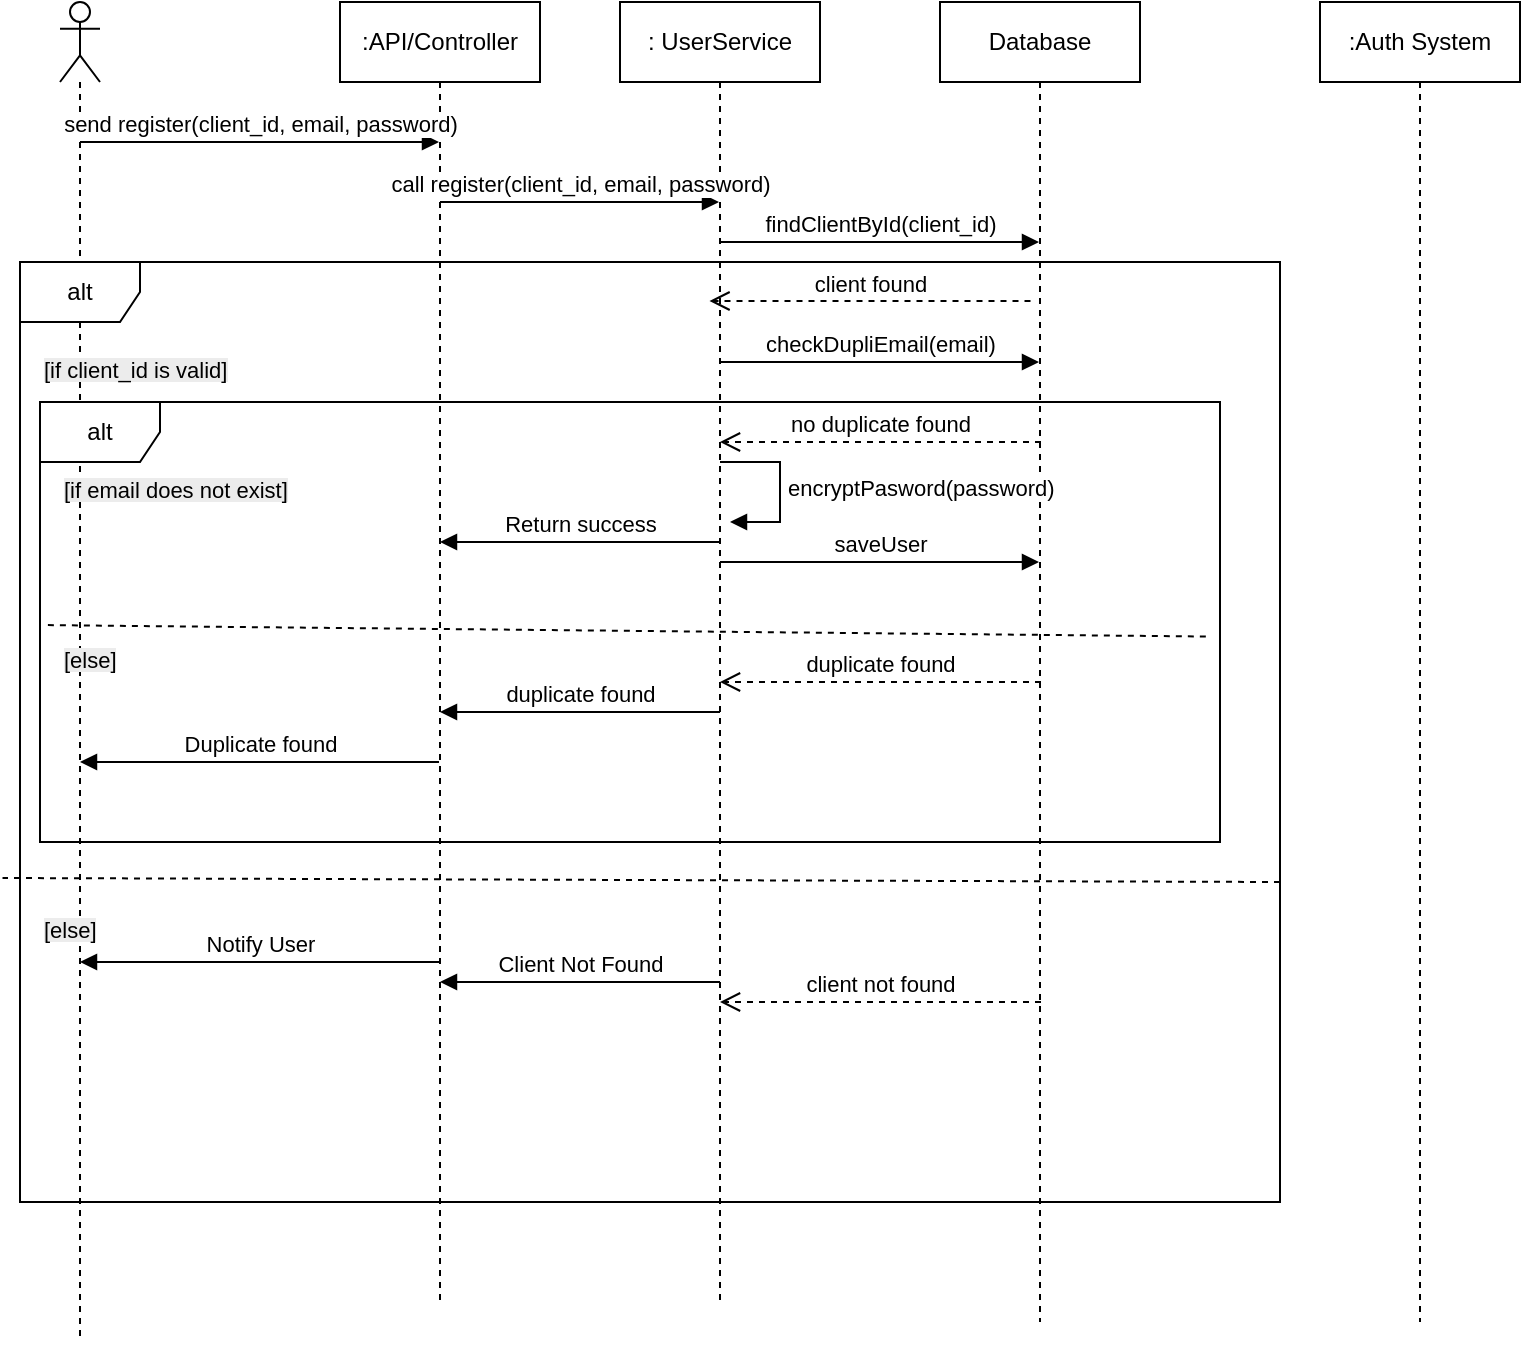
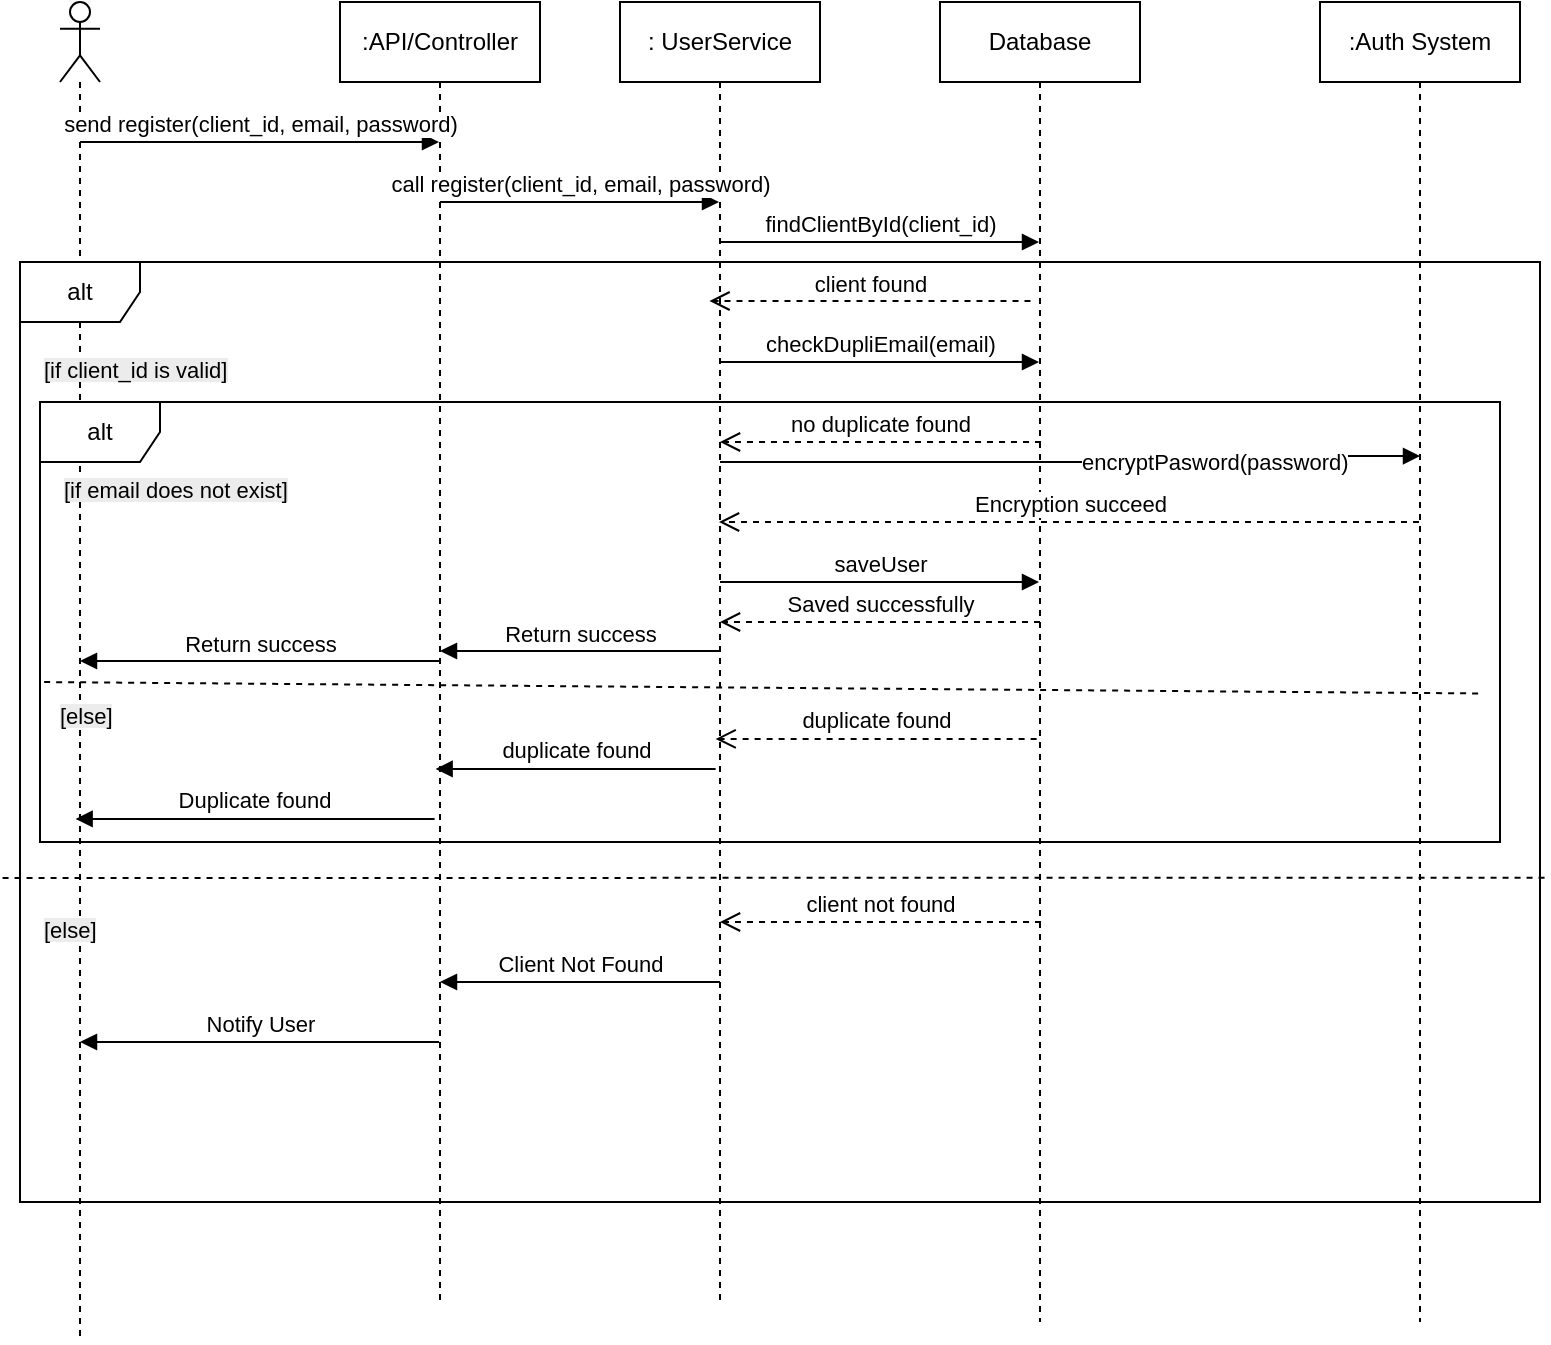
<mxfile host="Electron">
  <diagram name="Page-1" id="2Ku1R6JHZzN1wkRxcB6r">
    <mxGraphModel dx="2241" dy="841" grid="1" gridSize="10" guides="1" tooltips="1" connect="1" arrows="1" fold="1" page="1" pageScale="1" pageWidth="827" pageHeight="1169" math="0" shadow="0">
      <root>
        <mxCell id="0" />
        <mxCell id="1" parent="0" />
        <mxCell id="MpoyWcS_9RouDXsLZ7a5-6" parent="1" style="shape=umlLifeline;perimeter=lifelinePerimeter;whiteSpace=wrap;html=1;container=1;dropTarget=0;collapsible=0;recursiveResize=0;outlineConnect=0;portConstraint=eastwest;newEdgeStyle={&quot;curved&quot;:0,&quot;rounded&quot;:0};participant=umlActor;" value="" vertex="1">
          <mxGeometry height="670" width="20" x="-60" y="20" as="geometry" />
        </mxCell>
        <mxCell id="MpoyWcS_9RouDXsLZ7a5-7" parent="1" style="shape=umlLifeline;perimeter=lifelinePerimeter;whiteSpace=wrap;html=1;container=1;dropTarget=0;collapsible=0;recursiveResize=0;outlineConnect=0;portConstraint=eastwest;newEdgeStyle={&quot;curved&quot;:0,&quot;rounded&quot;:0};" value=":API/Controller" vertex="1">
          <mxGeometry height="650" width="100" x="80" y="20" as="geometry" />
        </mxCell>
        <mxCell id="MpoyWcS_9RouDXsLZ7a5-8" parent="1" style="shape=umlLifeline;perimeter=lifelinePerimeter;whiteSpace=wrap;html=1;container=1;dropTarget=0;collapsible=0;recursiveResize=0;outlineConnect=0;portConstraint=eastwest;newEdgeStyle={&quot;curved&quot;:0,&quot;rounded&quot;:0};" value=": UserService" vertex="1">
          <mxGeometry height="650" width="100" x="220" y="20" as="geometry" />
        </mxCell>
        <mxCell id="MpoyWcS_9RouDXsLZ7a5-9" parent="1" style="shape=umlLifeline;perimeter=lifelinePerimeter;whiteSpace=wrap;html=1;container=1;dropTarget=0;collapsible=0;recursiveResize=0;outlineConnect=0;portConstraint=eastwest;newEdgeStyle={&quot;curved&quot;:0,&quot;rounded&quot;:0};" value="Database" vertex="1">
          <mxGeometry height="660" width="100" x="380" y="20" as="geometry" />
        </mxCell>
        <mxCell id="MpoyWcS_9RouDXsLZ7a5-10" parent="1" style="shape=umlLifeline;perimeter=lifelinePerimeter;whiteSpace=wrap;html=1;container=1;dropTarget=0;collapsible=0;recursiveResize=0;outlineConnect=0;portConstraint=eastwest;newEdgeStyle={&quot;curved&quot;:0,&quot;rounded&quot;:0};" value=":Auth System" vertex="1">
          <mxGeometry height="660" width="100" x="570" y="20" as="geometry" />
        </mxCell>
        <mxCell id="MpoyWcS_9RouDXsLZ7a5-11" edge="1" parent="1" style="html=1;verticalAlign=bottom;endArrow=block;curved=0;rounded=0;" target="MpoyWcS_9RouDXsLZ7a5-7" value="send register(client_id, email, password)">
          <mxGeometry relative="1" width="80" as="geometry">
            <mxPoint x="-50" y="90" as="sourcePoint" />
            <mxPoint x="30" y="90" as="targetPoint" />
          </mxGeometry>
        </mxCell>
        <mxCell id="MpoyWcS_9RouDXsLZ7a5-13" edge="1" parent="1" style="html=1;verticalAlign=bottom;endArrow=block;curved=0;rounded=0;" target="MpoyWcS_9RouDXsLZ7a5-8" value="call register(client_id, email, password)">
          <mxGeometry relative="1" width="80" as="geometry">
            <mxPoint x="130" y="120" as="sourcePoint" />
            <mxPoint x="310" y="120" as="targetPoint" />
          </mxGeometry>
        </mxCell>
        <mxCell id="MpoyWcS_9RouDXsLZ7a5-14" edge="1" parent="1" style="html=1;verticalAlign=bottom;endArrow=block;curved=0;rounded=0;" target="MpoyWcS_9RouDXsLZ7a5-9" value="findClientById(client_id)">
          <mxGeometry relative="1" width="80" as="geometry">
            <mxPoint x="270" y="140" as="sourcePoint" />
            <mxPoint x="420" y="140" as="targetPoint" />
          </mxGeometry>
        </mxCell>
        <mxCell id="MpoyWcS_9RouDXsLZ7a5-15" edge="1" parent="1" style="html=1;verticalAlign=bottom;endArrow=open;dashed=1;endSize=8;curved=0;rounded=0;" value="client found">
          <mxGeometry relative="1" as="geometry">
            <mxPoint x="425.25" y="169.5" as="sourcePoint" />
            <mxPoint x="264.75" y="169.5" as="targetPoint" />
          </mxGeometry>
        </mxCell>
        <mxCell id="MpoyWcS_9RouDXsLZ7a5-17" parent="1" style="shape=umlFrame;whiteSpace=wrap;html=1;pointerEvents=0;" value="alt" vertex="1">
-           <mxGeometry height="470" width="630" x="-80" y="150" as="geometry" />
+           <mxGeometry height="470" width="760" x="-80" y="150" as="geometry" />
        </mxCell>
-         <mxCell id="MpoyWcS_9RouDXsLZ7a5-47" edge="1" parent="1" style="strokeColor=inherit;fillColor=inherit;gradientColor=inherit;endArrow=none;html=1;edgeStyle=none;dashed=1;rounded=0;entryX=-0.008;entryY=0.48;entryDx=0;entryDy=0;entryPerimeter=0;exitX=0.998;exitY=0.6;exitDx=0;exitDy=0;exitPerimeter=0;" value="">
+         <mxCell id="MpoyWcS_9RouDXsLZ7a5-47" edge="1" parent="1" source="MpoyWcS_9RouDXsLZ7a5-17" style="strokeColor=inherit;fillColor=inherit;gradientColor=inherit;endArrow=none;html=1;edgeStyle=none;dashed=1;rounded=0;entryX=-0.008;entryY=0.48;entryDx=0;entryDy=0;entryPerimeter=0;exitX=1.003;exitY=0.655;exitDx=0;exitDy=0;exitPerimeter=0;" value="">
          <mxGeometry relative="1" as="geometry">
            <mxPoint x="549.9999999999998" y="460" as="sourcePoint" />
            <mxPoint x="-88.73999999999995" y="457.9999999999999" as="targetPoint" />
          </mxGeometry>
        </mxCell>
        <mxCell id="MpoyWcS_9RouDXsLZ7a5-48" edge="1" parent="1" style="html=1;verticalAlign=bottom;endArrow=block;curved=0;rounded=0;" value="checkDupliEmail(email)">
          <mxGeometry relative="1" width="80" as="geometry">
            <mxPoint x="270" y="200" as="sourcePoint" />
            <mxPoint x="429.5" y="200" as="targetPoint" />
          </mxGeometry>
        </mxCell>
        <mxCell id="MpoyWcS_9RouDXsLZ7a5-49" edge="1" parent="1" style="html=1;verticalAlign=bottom;endArrow=open;dashed=1;endSize=8;curved=0;rounded=0;" value="client not found">
          <mxGeometry relative="1" as="geometry">
-             <mxPoint x="430.5" y="520" as="sourcePoint" />
-             <mxPoint x="270" y="520" as="targetPoint" />
+             <mxPoint x="430.5" y="480" as="sourcePoint" />
+             <mxPoint x="270" y="480" as="targetPoint" />
          </mxGeometry>
        </mxCell>
        <mxCell id="MpoyWcS_9RouDXsLZ7a5-50" edge="1" parent="1" style="html=1;verticalAlign=bottom;endArrow=block;curved=0;rounded=0;" value="Client Not Found">
          <mxGeometry relative="1" width="80" as="geometry">
            <mxPoint x="270" y="510" as="sourcePoint" />
            <mxPoint x="130" y="510" as="targetPoint" />
          </mxGeometry>
        </mxCell>
        <mxCell id="MpoyWcS_9RouDXsLZ7a5-52" edge="1" parent="1" style="html=1;verticalAlign=bottom;endArrow=block;curved=0;rounded=0;" value="Notify User">
          <mxGeometry relative="1" width="80" as="geometry">
-             <mxPoint x="129.5" y="500" as="sourcePoint" />
-             <mxPoint x="-50" y="500" as="targetPoint" />
+             <mxPoint x="129.5" y="540" as="sourcePoint" />
+             <mxPoint x="-50" y="540" as="targetPoint" />
          </mxGeometry>
        </mxCell>
        <mxCell id="MpoyWcS_9RouDXsLZ7a5-53" parent="1" style="text;whiteSpace=wrap;html=1;" value="&lt;span style=&quot;color: rgb(0, 0, 0); font-family: Helvetica; font-size: 11px; font-style: normal; font-variant-ligatures: normal; font-variant-caps: normal; font-weight: 400; letter-spacing: normal; orphans: 2; text-align: center; text-indent: 0px; text-transform: none; widows: 2; word-spacing: 0px; -webkit-text-stroke-width: 0px; white-space: nowrap; background-color: rgb(236, 236, 236); text-decoration-thickness: initial; text-decoration-style: initial; text-decoration-color: initial; display: inline !important; float: none;&quot;&gt;[if client_id is valid]&lt;/span&gt;" vertex="1">
          <mxGeometry height="40" width="80" x="-70" y="190" as="geometry" />
        </mxCell>
        <mxCell id="MpoyWcS_9RouDXsLZ7a5-54" parent="1" style="text;whiteSpace=wrap;html=1;" value="&lt;span style=&quot;color: rgb(0, 0, 0); font-family: Helvetica; font-size: 11px; font-style: normal; font-variant-ligatures: normal; font-variant-caps: normal; font-weight: 400; letter-spacing: normal; orphans: 2; text-align: center; text-indent: 0px; text-transform: none; widows: 2; word-spacing: 0px; -webkit-text-stroke-width: 0px; white-space: nowrap; background-color: rgb(236, 236, 236); text-decoration-thickness: initial; text-decoration-style: initial; text-decoration-color: initial; display: inline !important; float: none;&quot;&gt;[else]&lt;/span&gt;" vertex="1">
          <mxGeometry height="40" width="130" x="-70" y="470" as="geometry" />
        </mxCell>
        <mxCell id="MpoyWcS_9RouDXsLZ7a5-55" parent="1" style="shape=umlFrame;whiteSpace=wrap;html=1;pointerEvents=0;" value="alt" vertex="1">
-           <mxGeometry height="220" width="590" x="-70" y="220" as="geometry" />
+           <mxGeometry height="220" width="730" x="-70" y="220" as="geometry" />
        </mxCell>
-         <mxCell id="MpoyWcS_9RouDXsLZ7a5-56" edge="1" parent="1" source="MpoyWcS_9RouDXsLZ7a5-55" style="strokeColor=inherit;fillColor=inherit;gradientColor=inherit;endArrow=none;html=1;edgeStyle=none;dashed=1;rounded=0;entryX=0.003;entryY=0.507;entryDx=0;entryDy=0;entryPerimeter=0;exitX=0.988;exitY=0.533;exitDx=0;exitDy=0;exitPerimeter=0;" target="MpoyWcS_9RouDXsLZ7a5-55" value="">
+         <mxCell id="MpoyWcS_9RouDXsLZ7a5-56" edge="1" parent="1" style="strokeColor=inherit;fillColor=inherit;gradientColor=inherit;endArrow=none;html=1;edgeStyle=none;dashed=1;rounded=0;entryX=0.003;entryY=0.507;entryDx=0;entryDy=0;entryPerimeter=0;exitX=0.988;exitY=0.533;exitDx=0;exitDy=0;exitPerimeter=0;" value="">
          <mxGeometry relative="1" as="geometry">
-             <mxPoint x="649" y="295" as="sourcePoint" />
-             <mxPoint x="110" y="290" as="targetPoint" />
+             <mxPoint x="649.0499999999997" y="365.71999999999997" as="sourcePoint" />
+             <mxPoint x="-69.99999999999994" y="359.99999999999994" as="targetPoint" />
          </mxGeometry>
        </mxCell>
        <mxCell id="MpoyWcS_9RouDXsLZ7a5-57" parent="1" style="text;whiteSpace=wrap;html=1;" value="&lt;span style=&quot;color: rgb(0, 0, 0); font-family: Helvetica; font-size: 11px; font-style: normal; font-variant-ligatures: normal; font-variant-caps: normal; font-weight: 400; letter-spacing: normal; orphans: 2; text-align: center; text-indent: 0px; text-transform: none; widows: 2; word-spacing: 0px; -webkit-text-stroke-width: 0px; white-space: nowrap; background-color: rgb(236, 236, 236); text-decoration-thickness: initial; text-decoration-style: initial; text-decoration-color: initial; display: inline !important; float: none;&quot;&gt;[if email does not exist]&lt;/span&gt;" vertex="1">
          <mxGeometry height="40" width="80" x="-60" y="250" as="geometry" />
        </mxCell>
        <mxCell id="MpoyWcS_9RouDXsLZ7a5-58" edge="1" parent="1" style="html=1;verticalAlign=bottom;endArrow=open;dashed=1;endSize=8;curved=0;rounded=0;" value="no duplicate found">
          <mxGeometry relative="1" as="geometry">
            <mxPoint x="430.5" y="240" as="sourcePoint" />
            <mxPoint x="270" y="240" as="targetPoint" />
          </mxGeometry>
        </mxCell>
-         <mxCell id="MpoyWcS_9RouDXsLZ7a5-60" edge="1" parent="1" style="html=1;align=left;spacingLeft=2;endArrow=block;rounded=0;edgeStyle=orthogonalEdgeStyle;curved=0;rounded=0;" value="encryptPasword(password)">
-           <mxGeometry relative="1" as="geometry">
+         <mxCell id="MpoyWcS_9RouDXsLZ7a5-60" edge="1" parent="1" style="html=1;align=left;spacingLeft=2;endArrow=block;rounded=0;edgeStyle=orthogonalEdgeStyle;curved=0;rounded=0;entryX=0.5;entryY=0.344;entryDx=0;entryDy=0;entryPerimeter=0;" target="MpoyWcS_9RouDXsLZ7a5-10" value="encryptPasword(password)">
+           <mxGeometry relative="1" x="0.0028" as="geometry">
+             <mxPoint as="offset" />
            <Array as="points">
-               <mxPoint x="300" y="280" />
+               <mxPoint x="546" y="250" />
+               <mxPoint x="546" y="247" />
            </Array>
            <mxPoint x="270" y="250" as="sourcePoint" />
            <mxPoint x="275" y="280" as="targetPoint" />
          </mxGeometry>
        </mxCell>
        <mxCell id="MpoyWcS_9RouDXsLZ7a5-61" edge="1" parent="1" style="html=1;verticalAlign=bottom;endArrow=block;curved=0;rounded=0;" value="Return success">
          <mxGeometry relative="1" width="80" as="geometry">
-             <mxPoint x="270" y="290" as="sourcePoint" />
-             <mxPoint x="130" y="290" as="targetPoint" />
+             <mxPoint x="270" y="344.5" as="sourcePoint" />
+             <mxPoint x="130" y="344.5" as="targetPoint" />
          </mxGeometry>
        </mxCell>
        <mxCell id="MpoyWcS_9RouDXsLZ7a5-63" edge="1" parent="1" style="html=1;verticalAlign=bottom;endArrow=block;curved=0;rounded=0;" value="saveUser">
          <mxGeometry relative="1" width="80" as="geometry">
-             <mxPoint x="270" y="300" as="sourcePoint" />
-             <mxPoint x="429.5" y="300" as="targetPoint" />
+             <mxPoint x="270" y="310" as="sourcePoint" />
+             <mxPoint x="429.5" y="310" as="targetPoint" />
          </mxGeometry>
        </mxCell>
        <mxCell id="MpoyWcS_9RouDXsLZ7a5-64" parent="1" style="text;whiteSpace=wrap;html=1;" value="&lt;span style=&quot;color: rgb(0, 0, 0); font-family: Helvetica; font-size: 11px; font-style: normal; font-variant-ligatures: normal; font-variant-caps: normal; font-weight: 400; letter-spacing: normal; orphans: 2; text-align: center; text-indent: 0px; text-transform: none; widows: 2; word-spacing: 0px; -webkit-text-stroke-width: 0px; white-space: nowrap; background-color: rgb(236, 236, 236); text-decoration-thickness: initial; text-decoration-style: initial; text-decoration-color: initial; display: inline !important; float: none;&quot;&gt;[else]&lt;/span&gt;" vertex="1">
-           <mxGeometry height="40" width="130" x="-60" y="335" as="geometry" />
+           <mxGeometry height="40" width="130" x="-62.19" y="363.46" as="geometry" />
        </mxCell>
        <mxCell id="MpoyWcS_9RouDXsLZ7a5-65" edge="1" parent="1" style="html=1;verticalAlign=bottom;endArrow=open;dashed=1;endSize=8;curved=0;rounded=0;" value="duplicate found">
          <mxGeometry relative="1" as="geometry">
-             <mxPoint x="430.5" y="360" as="sourcePoint" />
-             <mxPoint x="270" y="360" as="targetPoint" />
+             <mxPoint x="428.31" y="388.46" as="sourcePoint" />
+             <mxPoint x="267.81" y="388.46" as="targetPoint" />
          </mxGeometry>
        </mxCell>
        <mxCell id="MpoyWcS_9RouDXsLZ7a5-66" edge="1" parent="1" style="html=1;verticalAlign=bottom;endArrow=block;curved=0;rounded=0;" value="duplicate found">
          <mxGeometry relative="1" width="80" as="geometry">
-             <mxPoint x="270" y="375" as="sourcePoint" />
-             <mxPoint x="130" y="375" as="targetPoint" />
+             <mxPoint x="267.81" y="403.46" as="sourcePoint" />
+             <mxPoint x="127.81" y="403.46" as="targetPoint" />
          </mxGeometry>
        </mxCell>
-         <mxCell id="MpoyWcS_9RouDXsLZ7a5-67" edge="1" parent="1" source="MpoyWcS_9RouDXsLZ7a5-7" style="html=1;verticalAlign=bottom;endArrow=block;curved=0;rounded=0;" value="Duplicate found">
+         <mxCell id="MpoyWcS_9RouDXsLZ7a5-67" edge="1" parent="1" style="html=1;verticalAlign=bottom;endArrow=block;curved=0;rounded=0;" value="Duplicate found">
          <mxGeometry relative="1" width="80" as="geometry">
-             <mxPoint x="90" y="400" as="sourcePoint" />
-             <mxPoint x="-50" y="400" as="targetPoint" />
+             <mxPoint x="127.31" y="428.46" as="sourcePoint" />
+             <mxPoint x="-52.19" y="428.46" as="targetPoint" />
+           </mxGeometry>
+         </mxCell>
+         <mxCell id="Oq4va6N_k_kusOTiSF8Y-1" edge="1" parent="1" style="html=1;verticalAlign=bottom;endArrow=open;dashed=1;endSize=8;curved=0;rounded=0;" value="Encryption succeed">
+           <mxGeometry relative="1" as="geometry">
+             <mxPoint x="619.5" y="280" as="sourcePoint" />
+             <mxPoint x="269.5" y="280" as="targetPoint" />
+           </mxGeometry>
+         </mxCell>
+         <mxCell id="Oq4va6N_k_kusOTiSF8Y-3" edge="1" parent="1" style="html=1;verticalAlign=bottom;endArrow=open;dashed=1;endSize=8;curved=0;rounded=0;" target="MpoyWcS_9RouDXsLZ7a5-8" value="Saved successfully">
+           <mxGeometry relative="1" x="-0.0031" as="geometry">
+             <mxPoint as="offset" />
+             <mxPoint x="430" y="330" as="sourcePoint" />
+             <mxPoint x="280" y="329.5" as="targetPoint" />
+           </mxGeometry>
+         </mxCell>
+         <mxCell id="Oq4va6N_k_kusOTiSF8Y-4" edge="1" parent="1" source="MpoyWcS_9RouDXsLZ7a5-7" style="html=1;verticalAlign=bottom;endArrow=block;curved=0;rounded=0;" value="Return success">
+           <mxGeometry relative="1" width="80" as="geometry">
+             <mxPoint x="90" y="349.5" as="sourcePoint" />
+             <mxPoint x="-50" y="349.5" as="targetPoint" />
          </mxGeometry>
        </mxCell>
      </root>
    </mxGraphModel>
  </diagram>
</mxfile>
